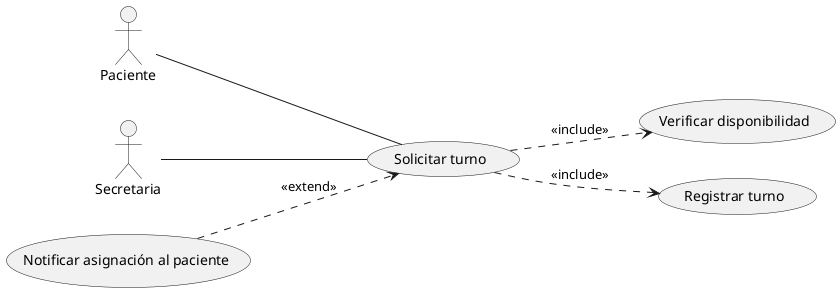
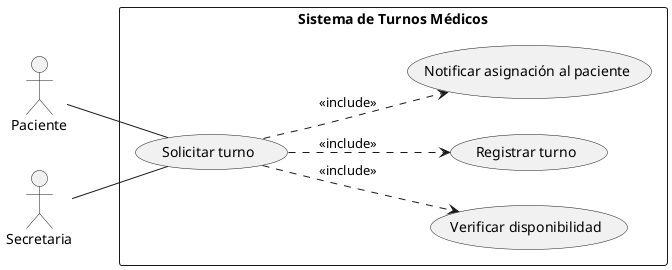
@startuml
left to right direction
+ 
actor Paciente
actor Secretaria

- usecase "Solicitar turno" as UC1
- usecase "Verificar disponibilidad" as UC2
- usecase "Registrar turno" as UC3
+ rectangle "Sistema de Turnos Médicos" {
+     usecase "Solicitar turno" as UC1
+     usecase "Verificar disponibilidad" as UC2
+     usecase "Registrar turno" as UC3
+     usecase "Notificar asignación al paciente" as UC4
+ }

Paciente -- UC1
Secretaria -- UC1

UC1 ..> UC2 : <<include>>
UC1 ..> UC3 : <<include>>
- usecase "Notificar asignación al paciente" as UC4
- UC4 ..> UC1 : <<extend>>
+ UC1 ..> UC4 : <<include>>
@enduml
